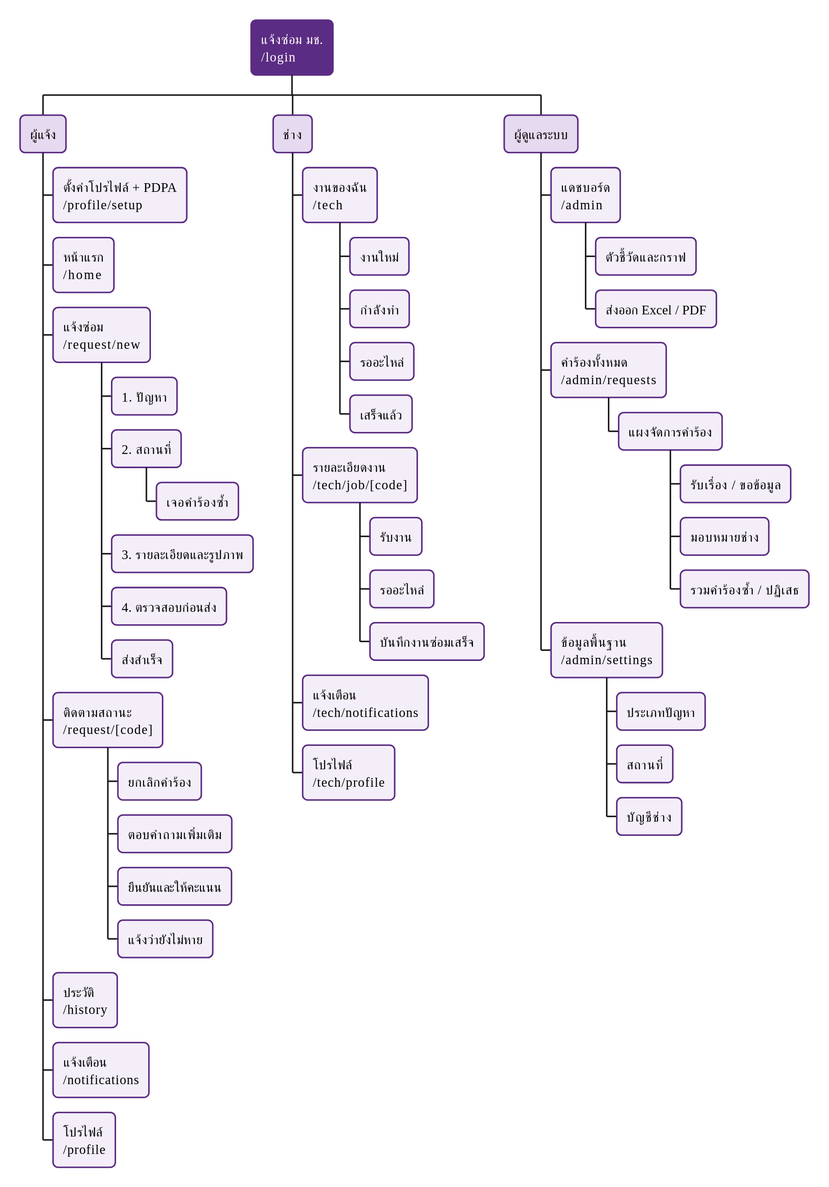
The PlantUML diagram report/out/diagrams/ia.svg in Nexzerf/SmartCMUMaintenanceSystem, before a commit. Its diagram source:
```plantuml
@startwbs ia
skinparam defaultFontName "Leelawadee UI"
skinparam defaultFontSize 13
skinparam dpi 150
<style>
wbsDiagram {
  node {
    BackgroundColor #F4EEF9
    LineColor #5B2C83
    RoundCorner 10
  }
  :depth(0) {
    BackgroundColor #5B2C83
    FontColor white
  }
  :depth(1) {
    BackgroundColor #E6DAF0
  }
}
</style>
* แจ้งซ่อม มช.\n/login
** ผู้แจ้ง
*** ตั้งค่าโปรไฟล์ + PDPA\n/profile/setup
*** หน้าแรก\n/home
*** แจ้งซ่อม\n/request/new
**** 1. ปัญหา
**** 2. สถานที่
***** เจอคำร้องซ้ำ
**** 3. รายละเอียดและรูปภาพ
**** 4. ตรวจสอบก่อนส่ง
**** ส่งสำเร็จ
*** ติดตามสถานะ\n/request/[code]
**** ยกเลิกคำร้อง
**** ตอบคำถามเพิ่มเติม
**** ยืนยันและให้คะแนน
**** แจ้งว่ายังไม่หาย
*** ประวัติ\n/history
*** แจ้งเตือน\n/notifications
*** โปรไฟล์\n/profile
** ช่าง
*** งานของฉัน\n/tech
**** งานใหม่
**** กำลังทำ
**** รออะไหล่
**** เสร็จแล้ว
*** รายละเอียดงาน\n/tech/job/[code]
**** รับงาน
**** รออะไหล่
**** บันทึกงานซ่อมเสร็จ
*** แจ้งเตือน\n/tech/notifications
*** โปรไฟล์\n/tech/profile
** ผู้ดูแลระบบ
*** แดชบอร์ด\n/admin
**** ตัวชี้วัดและกราฟ
**** ส่งออก Excel / PDF
*** คำร้องทั้งหมด\n/admin/requests
**** แผงจัดการคำร้อง
***** รับเรื่อง / ขอข้อมูล
***** มอบหมายช่าง
***** รวมคำร้องซ้ำ / ปฏิเสธ
*** ข้อมูลพื้นฐาน\n/admin/settings
**** ประเภทปัญหา
**** สถานที่
**** บัญชีช่าง
@endwbs
```
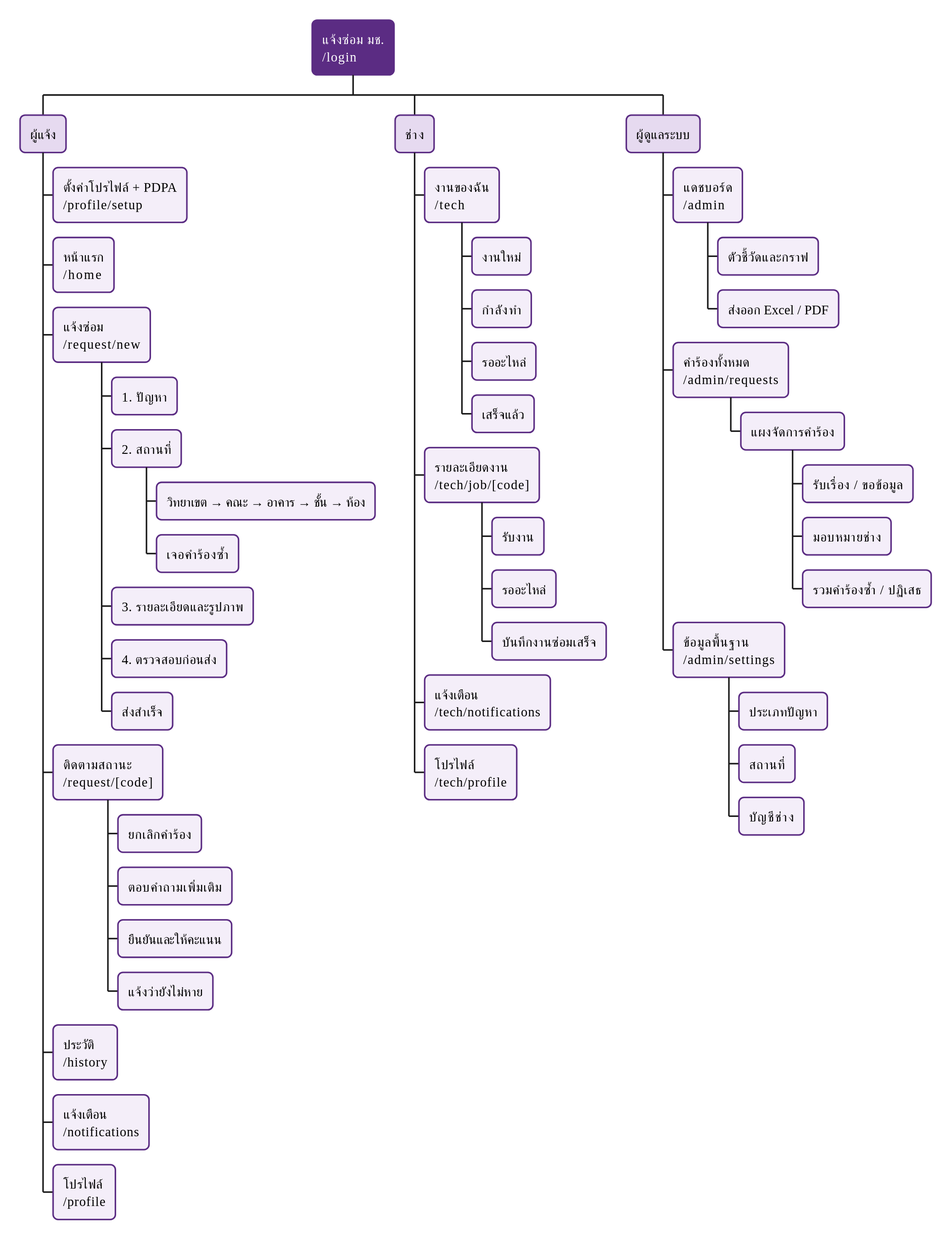
After the commit.

Change to the diagram source:
```diff
@@ -25,6 +25,7 @@
 *** แจ้งซ่อม\n/request/new
 **** 1. ปัญหา
 **** 2. สถานที่
+***** วิทยาเขต → คณะ → อาคาร → ชั้น → ห้อง
 ***** เจอคำร้องซ้ำ
 **** 3. รายละเอียดและรูปภาพ
 **** 4. ตรวจสอบก่อนส่ง
```
